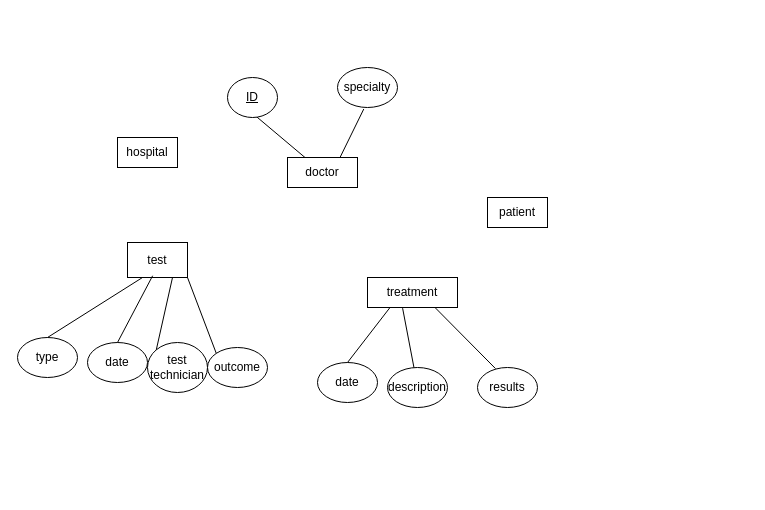
Earlier version of the draw.io diagram hw2_part9A.drawio (jamessu1201/Database_System). Source tidied: cells renumbered, new cells numbered last; positions are measured from the earlier drawing's top-left corner, leaving out a move shared by most shapes. Both pictures are drawn from the tidied source at 100%, with x=0, y=0 at pixel (17, 67).
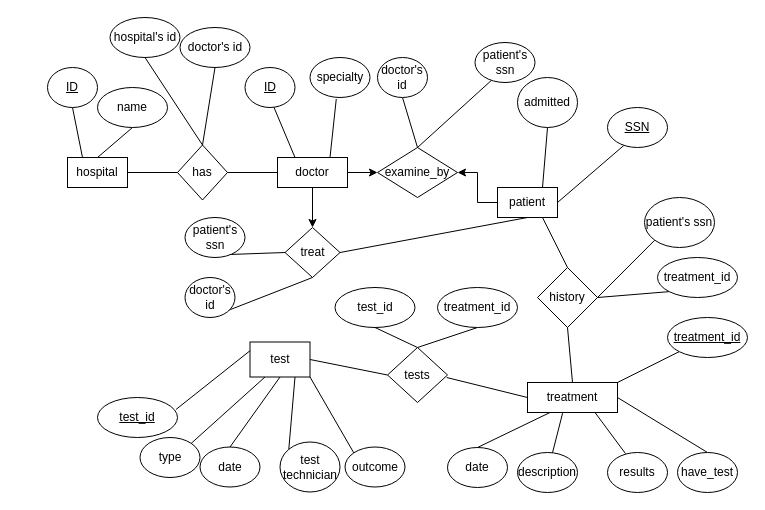
Above is the later version.

Diff of the diagram source:
```diff
@@
     <mxCell id="2" value="hospital" style="rounded=0;whiteSpace=wrap;html=1;" parent="1" vertex="1">
-      <mxGeometry x="100" y="70" width="60" height="30" as="geometry" />
+      <mxGeometry x="50" y="90" width="60" height="30" as="geometry" />
     </mxCell>
+    <mxCell id="25" style="edgeStyle=orthogonalEdgeStyle;rounded=0;jettySize=auto;html=1;" parent="1" edge="1" source="3" target="28">
+      <mxGeometry relative="1" as="geometry" />
+    </mxCell>
+    <mxCell id="26" style="edgeStyle=orthogonalEdgeStyle;rounded=0;jettySize=auto;html=1;" parent="1" edge="1" source="3" target="31">
+      <mxGeometry relative="1" as="geometry" />
+    </mxCell>
     <mxCell id="3" value="doctor" style="rounded=0;whiteSpace=wrap;html=1;" parent="1" vertex="1">
-      <mxGeometry x="270" y="90" width="70" height="30" as="geometry" />
+      <mxGeometry x="260" y="90" width="70" height="30" as="geometry" />
     </mxCell>
+    <mxCell id="27" style="edgeStyle=orthogonalEdgeStyle;rounded=0;jettySize=auto;html=1;" parent="1" edge="1" source="4" target="28">
+      <mxGeometry relative="1" as="geometry" />
+    </mxCell>
     <mxCell id="4" value="patient" style="rounded=0;whiteSpace=wrap;html=1;" parent="1" vertex="1">
-      <mxGeometry x="470" y="130" width="60" height="30" as="geometry" />
+      <mxGeometry x="480" y="120" width="60" height="30" as="geometry" />
     </mxCell>
@@
     <mxCell id="6" value="&lt;u&gt;ID&lt;/u&gt;" style="ellipse;whiteSpace=wrap;html=1;" parent="1" vertex="1">
-      <mxGeometry x="210" y="10" width="50" height="40" as="geometry" />
+      <mxGeometry x="227.5" width="50" height="40" as="geometry" />
     </mxCell>
     <mxCell id="7" value="specialty" style="ellipse;whiteSpace=wrap;html=1;" parent="1" vertex="1">
-      <mxGeometry x="320" width="60" height="40" as="geometry" />
+      <mxGeometry x="292.5" y="-10" width="60" height="40" as="geometry" />
     </mxCell>
@@
     <mxCell id="9" value="treatment" style="rounded=0;whiteSpace=wrap;html=1;" parent="1" vertex="1">
-      <mxGeometry x="350" y="210" width="90" height="30" as="geometry" />
+      <mxGeometry x="510" y="315" width="90" height="30" as="geometry" />
     </mxCell>
     <mxCell id="10" value="outcome" style="ellipse;whiteSpace=wrap;html=1;" parent="1" vertex="1">
-      <mxGeometry x="190" y="280" width="60" height="40" as="geometry" />
+      <mxGeometry x="327.5" y="379.5" width="60" height="40" as="geometry" />
     </mxCell>
@@
     <mxCell id="12" value="test technician" style="ellipse;whiteSpace=wrap;html=1;" parent="1" vertex="1">
-      <mxGeometry x="130" y="275" width="60" height="50" as="geometry" />
+      <mxGeometry x="262.5" y="374.5" width="60" height="50" as="geometry" />
     </mxCell>
@@
     <mxCell id="14" value="results" style="ellipse;whiteSpace=wrap;html=1;" parent="1" vertex="1">
-      <mxGeometry x="460" y="300" width="60" height="40" as="geometry" />
+      <mxGeometry x="590" y="385" width="60" height="40" as="geometry" />
     </mxCell>
@@
     <mxCell id="16" value="description" style="ellipse;whiteSpace=wrap;html=1;" parent="1" vertex="1">
-      <mxGeometry x="370" y="300" width="60" height="40" as="geometry" />
+      <mxGeometry x="500" y="385" width="60" height="40" as="geometry" />
     </mxCell>
@@
     <mxCell id="18" value="date" style="ellipse;whiteSpace=wrap;html=1;" parent="1" vertex="1">
-      <mxGeometry x="300" y="295" width="60" height="40" as="geometry" />
+      <mxGeometry x="430" y="380" width="60" height="40" as="geometry" />
     </mxCell>
@@
     <mxCell id="20" value="test" style="rounded=0;whiteSpace=wrap;html=1;" parent="1" vertex="1">
-      <mxGeometry x="110" y="175" width="60" height="35" as="geometry" />
+      <mxGeometry x="232.5" y="274.5" width="60" height="35" as="geometry" />
     </mxCell>
     <mxCell id="21" value="type" style="ellipse;whiteSpace=wrap;html=1;" parent="1" vertex="1">
-      <mxGeometry y="270" width="60" height="40" as="geometry" />
+      <mxGeometry x="122.5" y="370" width="60" height="40" as="geometry" />
     </mxCell>
-    <mxCell id="22" style="endArrow=none;html=1;rounded=0;entryX=0.25;entryY=1;entryDx=0;entryDy=0;exitX=0.5;exitY=0;exitDx=0;exitDy=0;" parent="1" edge="1" source="21" target="20">
+    <mxCell id="22" style="endArrow=none;html=1;rounded=0;entryX=0.25;entryY=1;entryDx=0;entryDy=0;exitX=1;exitY=0;exitDx=0;exitDy=0;" parent="1" edge="1" source="21" target="20">
       <mxGeometry relative="1" as="geometry" />
     </mxCell>
     <mxCell id="23" value="date" style="ellipse;whiteSpace=wrap;html=1;" parent="1" vertex="1">
-      <mxGeometry x="70" y="275" width="60" height="40" as="geometry" />
+      <mxGeometry x="182.5" y="379.5" width="60" height="40" as="geometry" />
     </mxCell>
-    <mxCell id="24" style="endArrow=none;html=1;rounded=0;entryX=0.419;entryY=0.95;entryDx=0;entryDy=0;exitX=0.5;exitY=0;exitDx=0;exitDy=0;entryPerimeter=0;" parent="1" edge="1" source="23" target="20">
-      <mxGeometry relative="1" as="geometry" />
+    <mxCell id="24" style="endArrow=none;html=1;rounded=0;exitX=0.5;exitY=0;exitDx=0;exitDy=0;" parent="1" edge="1" source="23">
+      <mxGeometry relative="1" as="geometry">
+        <mxPoint x="262.5" y="309.5" as="targetPoint" />
+      </mxGeometry>
     </mxCell>
+    <mxCell id="28" value="examine_by" style="rhombus;whiteSpace=wrap;html=1;" parent="1" vertex="1">
+      <mxGeometry x="360" y="80" width="80" height="50" as="geometry" />
+    </mxCell>
+    <mxCell id="29" style="endArrow=none;html=1;rounded=0;entryX=0.75;entryY=0;entryDx=0;entryDy=0;exitX=0.5;exitY=1;exitDx=0;exitDy=0;" parent="1" edge="1" source="30" target="4">
+      <mxGeometry relative="1" as="geometry" />
+    </mxCell>
+    <mxCell id="30" value="admitted" style="ellipse;whiteSpace=wrap;html=1;" parent="1" vertex="1">
+      <mxGeometry x="500" y="10" width="60" height="50" as="geometry" />
+    </mxCell>
+    <mxCell id="31" value="treat" style="rhombus;whiteSpace=wrap;html=1;rounded=0;" parent="1" vertex="1">
+      <mxGeometry x="267.5" y="160" width="55" height="50" as="geometry" />
+    </mxCell>
+    <mxCell id="32" style="endArrow=none;html=1;rounded=0;entryX=0.5;entryY=1;entryDx=0;entryDy=0;exitX=1;exitY=0.5;exitDx=0;exitDy=0;" parent="1" edge="1" source="31" target="4">
+      <mxGeometry relative="1" as="geometry" />
+    </mxCell>
+    <mxCell id="33" style="endArrow=none;html=1;rounded=0;entryX=1;entryY=0.5;entryDx=0;entryDy=0;exitX=0.271;exitY=0.95;exitDx=0;exitDy=0;exitPerimeter=0;" parent="1" edge="1" source="34" target="4">
+      <mxGeometry relative="1" as="geometry" />
+    </mxCell>
+    <mxCell id="34" value="&lt;u&gt;SSN&lt;/u&gt;" style="ellipse;whiteSpace=wrap;html=1;" parent="1" vertex="1">
+      <mxGeometry x="590" y="40" width="60" height="40" as="geometry" />
+    </mxCell>
+    <mxCell id="35" style="endArrow=none;html=1;rounded=0;exitX=0;exitY=0.5;exitDx=0;exitDy=0;" parent="1" edge="1" source="3" target="64">
+      <mxGeometry relative="1" as="geometry" />
+    </mxCell>
+    <mxCell id="36" style="endArrow=none;html=1;rounded=0;entryX=1;entryY=0.5;entryDx=0;entryDy=0;exitX=0.5;exitY=0;exitDx=0;exitDy=0;" parent="1" edge="1" source="37" target="9">
+      <mxGeometry relative="1" as="geometry" />
+    </mxCell>
+    <mxCell id="37" value="have_test" style="ellipse;whiteSpace=wrap;html=1;" parent="1" vertex="1">
+      <mxGeometry x="660" y="385" width="60" height="40" as="geometry" />
+    </mxCell>
+    <mxCell id="38" value="history" style="rhombus;whiteSpace=wrap;html=1;" parent="1" vertex="1">
+      <mxGeometry x="520" y="200" width="60" height="60" as="geometry" />
+    </mxCell>
+    <mxCell id="39" style="endArrow=none;html=1;rounded=0;entryX=0.75;entryY=1;entryDx=0;entryDy=0;exitX=0.5;exitY=0;exitDx=0;exitDy=0;" parent="1" edge="1" source="38" target="4">
+      <mxGeometry relative="1" as="geometry" />
+    </mxCell>
+    <mxCell id="40" style="endArrow=none;html=1;rounded=0;entryX=0.5;entryY=1;entryDx=0;entryDy=0;exitX=0.5;exitY=0;exitDx=0;exitDy=0;" parent="1" edge="1" source="9" target="38">
+      <mxGeometry relative="1" as="geometry" />
+    </mxCell>
+    <mxCell id="41" style="endArrow=none;html=1;rounded=0;entryX=1;entryY=0.5;entryDx=0;entryDy=0;exitX=0;exitY=1;exitDx=0;exitDy=0;" parent="1" edge="1" source="42" target="38">
+      <mxGeometry relative="1" as="geometry" />
+    </mxCell>
+    <mxCell id="42" value="patient's ssn" style="ellipse;whiteSpace=wrap;html=1;" parent="1" vertex="1">
+      <mxGeometry x="627" y="130" width="70" height="50" as="geometry" />
+    </mxCell>
+    <mxCell id="43" style="endArrow=none;html=1;rounded=0;entryX=0;entryY=0.5;entryDx=0;entryDy=0;exitX=0.987;exitY=0.546;exitDx=0;exitDy=0;exitPerimeter=0;" parent="1" edge="1" source="44" target="9">
+      <mxGeometry relative="1" as="geometry" />
+    </mxCell>
+    <mxCell id="44" value="tests" style="rhombus;whiteSpace=wrap;html=1;" parent="1" vertex="1">
+      <mxGeometry x="370" y="280" width="60" height="55" as="geometry" />
+    </mxCell>
+    <mxCell id="45" style="endArrow=none;html=1;rounded=0;entryX=1;entryY=0.5;entryDx=0;entryDy=0;exitX=0;exitY=0.5;exitDx=0;exitDy=0;" parent="1" edge="1" source="44" target="20">
+      <mxGeometry relative="1" as="geometry" />
+    </mxCell>
+    <mxCell id="46" style="endArrow=none;html=1;rounded=0;entryX=1;entryY=0;entryDx=0;entryDy=0;exitX=0;exitY=1;exitDx=0;exitDy=0;" parent="1" edge="1" source="47" target="9">
+      <mxGeometry relative="1" as="geometry" />
+    </mxCell>
+    <mxCell id="47" value="&lt;u&gt;treatment_id&lt;/u&gt;" style="ellipse;whiteSpace=wrap;html=1;" parent="1" vertex="1">
+      <mxGeometry x="650" y="250" width="80" height="40" as="geometry" />
+    </mxCell>
+    <mxCell id="48" style="endArrow=none;html=1;rounded=0;entryX=1;entryY=0.5;entryDx=0;entryDy=0;exitX=0;exitY=1;exitDx=0;exitDy=0;" parent="1" edge="1" source="49" target="38">
+      <mxGeometry relative="1" as="geometry" />
+    </mxCell>
+    <mxCell id="49" value="treatment_id" style="ellipse;whiteSpace=wrap;html=1;" parent="1" vertex="1">
+      <mxGeometry x="640" y="190" width="80" height="40" as="geometry" />
+    </mxCell>
+    <mxCell id="50" value="&lt;u&gt;test_id&lt;/u&gt;" style="ellipse;whiteSpace=wrap;html=1;" parent="1" vertex="1">
+      <mxGeometry x="80" y="330" width="80" height="40" as="geometry" />
+    </mxCell>
+    <mxCell id="51" style="endArrow=none;html=1;rounded=0;entryX=0;entryY=0.25;entryDx=0;entryDy=0;exitX=0.982;exitY=0.298;exitDx=0;exitDy=0;exitPerimeter=0;" parent="1" edge="1" source="50" target="20">
+      <mxGeometry relative="1" as="geometry" />
+    </mxCell>
+    <mxCell id="52" style="endArrow=none;html=1;rounded=0;entryX=0.5;entryY=0;entryDx=0;entryDy=0;exitX=0.5;exitY=1;exitDx=0;exitDy=0;" parent="1" edge="1" source="53" target="44">
+      <mxGeometry relative="1" as="geometry" />
+    </mxCell>
+    <mxCell id="53" value="test_id" style="ellipse;whiteSpace=wrap;html=1;" parent="1" vertex="1">
+      <mxGeometry x="317.5" y="220" width="80" height="40" as="geometry" />
+    </mxCell>
+    <mxCell id="54" style="endArrow=none;html=1;rounded=0;entryX=0.5;entryY=0;entryDx=0;entryDy=0;exitX=0.5;exitY=1;exitDx=0;exitDy=0;" parent="1" edge="1" source="55" target="44">
+      <mxGeometry relative="1" as="geometry" />
+    </mxCell>
+    <mxCell id="55" value="treatment_id" style="ellipse;whiteSpace=wrap;html=1;" parent="1" vertex="1">
+      <mxGeometry x="420" y="220" width="80" height="40" as="geometry" />
+    </mxCell>
+    <mxCell id="56" style="endArrow=none;html=1;rounded=0;entryX=0.5;entryY=0;entryDx=0;entryDy=0;exitX=0.5;exitY=1;exitDx=0;exitDy=0;" parent="1" edge="1" source="57" target="28">
+      <mxGeometry relative="1" as="geometry" />
+    </mxCell>
+    <mxCell id="57" value="doctor's id" style="ellipse;whiteSpace=wrap;html=1;" parent="1" vertex="1">
+      <mxGeometry x="360" y="-10" width="50" height="40" as="geometry" />
+    </mxCell>
+    <mxCell id="58" style="endArrow=none;html=1;rounded=0;entryX=0.5;entryY=0;entryDx=0;entryDy=0;exitX=0.271;exitY=0.95;exitDx=0;exitDy=0;exitPerimeter=0;" parent="1" edge="1" source="59" target="28">
+      <mxGeometry relative="1" as="geometry" />
+    </mxCell>
+    <mxCell id="59" value="patient's ssn" style="ellipse;whiteSpace=wrap;html=1;" parent="1" vertex="1">
+      <mxGeometry x="457.5" y="-25" width="60" height="40" as="geometry" />
+    </mxCell>
+    <mxCell id="60" style="endArrow=none;html=1;rounded=0;entryX=0.5;entryY=1;entryDx=0;entryDy=0;exitX=0.5;exitY=1;exitDx=0;exitDy=0;" parent="1" edge="1" source="61" target="31">
+      <mxGeometry relative="1" as="geometry" />
+    </mxCell>
+    <mxCell id="61" value="doctor's id" style="ellipse;whiteSpace=wrap;html=1;" parent="1" vertex="1">
+      <mxGeometry x="167.5" y="210" width="50" height="40" as="geometry" />
+    </mxCell>
+    <mxCell id="62" style="endArrow=none;html=1;rounded=0;entryX=0;entryY=0.5;entryDx=0;entryDy=0;exitX=0.271;exitY=0.95;exitDx=0;exitDy=0;exitPerimeter=0;" parent="1" edge="1" source="63" target="31">
+      <mxGeometry relative="1" as="geometry" />
+    </mxCell>
+    <mxCell id="63" value="patient's ssn" style="ellipse;whiteSpace=wrap;html=1;" parent="1" vertex="1">
+      <mxGeometry x="167.5" y="150" width="60" height="40" as="geometry" />
+    </mxCell>
+    <mxCell id="64" value="has" style="rhombus;whiteSpace=wrap;html=1;" parent="1" vertex="1">
+      <mxGeometry x="160" y="77.5" width="50" height="55" as="geometry" />
+    </mxCell>
+    <mxCell id="65" style="endArrow=none;html=1;rounded=0;entryX=0;entryY=0.5;entryDx=0;entryDy=0;exitX=1;exitY=0.5;exitDx=0;exitDy=0;" parent="1" edge="1" source="2" target="64">
+      <mxGeometry relative="1" as="geometry" />
+    </mxCell>
+    <mxCell id="66" style="endArrow=none;html=1;rounded=0;entryX=0.25;entryY=0;entryDx=0;entryDy=0;exitX=0.5;exitY=1;exitDx=0;exitDy=0;" parent="1" edge="1" source="67" target="2">
+      <mxGeometry relative="1" as="geometry" />
+    </mxCell>
+    <mxCell id="67" value="&lt;u&gt;ID&lt;/u&gt;" style="ellipse;whiteSpace=wrap;html=1;" parent="1" vertex="1">
+      <mxGeometry x="30" width="50" height="40" as="geometry" />
+    </mxCell>
+    <mxCell id="68" style="endArrow=none;html=1;rounded=0;entryX=0.5;entryY=0;entryDx=0;entryDy=0;exitX=0.5;exitY=1;exitDx=0;exitDy=0;" parent="1" edge="1" source="69" target="64">
+      <mxGeometry relative="1" as="geometry" />
+    </mxCell>
+    <mxCell id="69" value="hospital's id" style="ellipse;whiteSpace=wrap;html=1;" parent="1" vertex="1">
+      <mxGeometry x="92.5" y="-50" width="70" height="40" as="geometry" />
+    </mxCell>
+    <mxCell id="70" style="endArrow=none;html=1;rounded=0;entryX=0.5;entryY=0;entryDx=0;entryDy=0;exitX=0.5;exitY=1;exitDx=0;exitDy=0;" parent="1" edge="1" source="71" target="64">
+      <mxGeometry relative="1" as="geometry" />
+    </mxCell>
+    <mxCell id="71" value="doctor's id" style="ellipse;whiteSpace=wrap;html=1;" parent="1" vertex="1">
+      <mxGeometry x="162.5" y="-40" width="70" height="40" as="geometry" />
+    </mxCell>
+    <mxCell id="72" style="endArrow=none;html=1;rounded=0;entryX=0.5;entryY=0;entryDx=0;entryDy=0;exitX=0.5;exitY=1;exitDx=0;exitDy=0;" parent="1" edge="1" source="73" target="2">
+      <mxGeometry relative="1" as="geometry" />
+    </mxCell>
+    <mxCell id="73" value="name" style="ellipse;whiteSpace=wrap;html=1;" parent="1" vertex="1">
+      <mxGeometry x="80" y="20" width="70" height="40" as="geometry" />
+    </mxCell>
```
